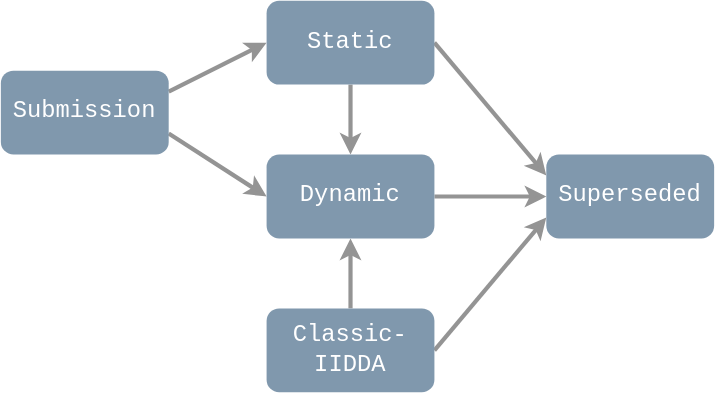
canmod/iidda keeps this draw.io diagram as assets/lifecycle.svg. Above is the earlier version. Source tidied: cells renumbered, new cells last; positions are measured from the earlier drawing's top-left corner, leaving out a move shared by most shapes.
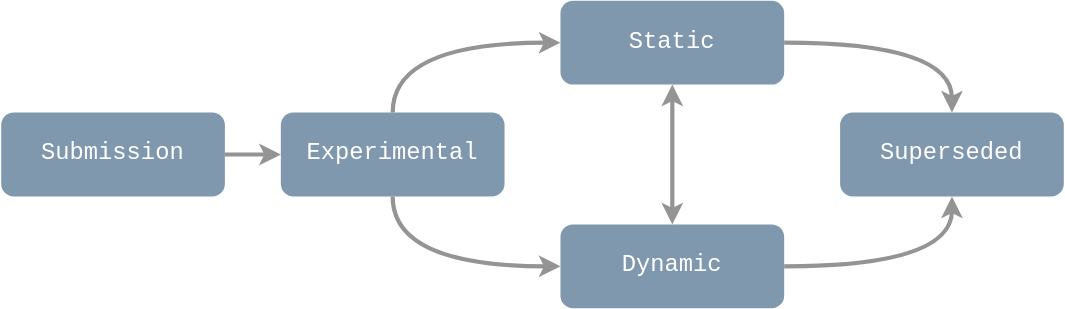
After the commit.

Commit message:
better lifecycle diagram

Change to the diagram source:
```diff
@@ -2,41 +2,38 @@
   <root>
     <mxCell id="0" />
     <mxCell id="1" parent="0" />
-    <mxCell id="2" style="edgeStyle=none;rounded=0;jettySize=50;html=1;exitX=1;exitY=0.75;exitDx=0;exitDy=0;entryX=0;entryY=0.5;entryDx=0;entryDy=0;strokeColor=#949494;strokeWidth=3;" parent="1" edge="1" source="4" target="13">
-      <mxGeometry relative="1" as="geometry" />
-    </mxCell>
-    <mxCell id="3" style="edgeStyle=none;rounded=0;jettySize=50;html=1;exitX=1;exitY=0.25;exitDx=0;exitDy=0;entryX=0;entryY=0.5;entryDx=0;entryDy=0;strokeColor=#949494;strokeWidth=3;" parent="1" edge="1" source="4" target="10">
-      <mxGeometry relative="1" as="geometry" />
-    </mxCell>
     <mxCell id="4" value="Submission" style="rounded=1;whiteSpace=wrap;html=1;fontColor=#ffffff;fontSize=17;fillColor=#8098AD;fontFamily=Courier New;strokeColor=none;" parent="1" vertex="1">
-      <mxGeometry y="50" width="120" height="60" as="geometry" />
+      <mxGeometry x="-10" y="110" width="160" height="60" as="geometry" />
     </mxCell>
-    <mxCell id="5" style="edgeStyle=none;rounded=0;jettySize=50;html=1;exitX=0.5;exitY=0;exitDx=0;exitDy=0;entryX=0.5;entryY=1;entryDx=0;entryDy=0;strokeColor=#949494;strokeWidth=3;" parent="1" edge="1" source="7" target="13">
-      <mxGeometry relative="1" as="geometry" />
-    </mxCell>
-    <mxCell id="6" style="edgeStyle=none;rounded=0;jettySize=50;html=1;exitX=1;exitY=0.5;exitDx=0;exitDy=0;entryX=0;entryY=0.75;entryDx=0;entryDy=0;strokeColor=#949494;strokeWidth=3;" parent="1" edge="1" source="7" target="11">
-      <mxGeometry relative="1" as="geometry" />
-    </mxCell>
-    <mxCell id="7" value="Classic-IIDDA" style="rounded=1;whiteSpace=wrap;html=1;fontColor=#ffffff;fontSize=17;fillColor=#8098AD;fontFamily=Courier New;strokeColor=none;" parent="1" vertex="1">
-      <mxGeometry x="190" y="220" width="120" height="60" as="geometry" />
+    <mxCell id="7" value="Experimental" style="rounded=1;whiteSpace=wrap;html=1;fontColor=#ffffff;fontSize=17;fillColor=#8098AD;fontFamily=Courier New;strokeColor=none;" parent="1" vertex="1">
+      <mxGeometry x="190" y="110" width="160" height="60" as="geometry" />
     </mxCell>
-    <mxCell id="8" style="edgeStyle=none;rounded=0;jettySize=50;html=1;exitX=1;exitY=0.5;exitDx=0;exitDy=0;entryX=0;entryY=0.25;entryDx=0;entryDy=0;strokeColor=#949494;strokeWidth=3;" parent="1" edge="1" source="10" target="11">
+    <mxCell id="8" style="edgeStyle=orthogonalEdgeStyle;rounded=0;jettySize=50;html=1;exitX=1;exitY=0.5;exitDx=0;exitDy=0;strokeColor=#949494;strokeWidth=3;entryX=0.5;entryY=0;entryDx=0;entryDy=0;curved=1;" parent="1" edge="1" source="10" target="11">
       <mxGeometry relative="1" as="geometry" />
     </mxCell>
-    <mxCell id="9" style="edgeStyle=none;rounded=0;jettySize=50;html=1;exitX=0.5;exitY=1;exitDx=0;exitDy=0;entryX=0.5;entryY=0;entryDx=0;entryDy=0;strokeColor=#949494;strokeWidth=3;" parent="1" edge="1" source="10" target="13">
+    <mxCell id="9" style="edgeStyle=none;rounded=0;jettySize=50;html=1;exitX=0.5;exitY=1;exitDx=0;exitDy=0;entryX=0.5;entryY=0;entryDx=0;entryDy=0;strokeColor=#949494;strokeWidth=3;startArrow=classic;startFill=1;" parent="1" edge="1" source="10" target="13">
       <mxGeometry relative="1" as="geometry" />
     </mxCell>
     <mxCell id="10" value="Static" style="rounded=1;whiteSpace=wrap;html=1;fontColor=#ffffff;fontSize=17;fillColor=#8098AD;fontFamily=Courier New;strokeColor=none;" parent="1" vertex="1">
-      <mxGeometry x="190" width="120" height="60" as="geometry" />
+      <mxGeometry x="390" y="30" width="160" height="60" as="geometry" />
     </mxCell>
     <mxCell id="11" value="Superseded" style="rounded=1;whiteSpace=wrap;html=1;fontColor=#ffffff;fontSize=17;fillColor=#8098AD;fontFamily=Courier New;strokeColor=none;" parent="1" vertex="1">
-      <mxGeometry x="390" y="110" width="120" height="60" as="geometry" />
+      <mxGeometry x="590" y="110" width="160" height="60" as="geometry" />
     </mxCell>
-    <mxCell id="12" style="edgeStyle=none;rounded=0;jettySize=50;html=1;exitX=1;exitY=0.5;exitDx=0;exitDy=0;entryX=0;entryY=0.5;entryDx=0;entryDy=0;strokeColor=#949494;strokeWidth=3;" parent="1" edge="1" source="13" target="11">
+    <mxCell id="12" style="edgeStyle=orthogonalEdgeStyle;rounded=0;jettySize=50;html=1;exitX=1;exitY=0.5;exitDx=0;exitDy=0;entryX=0.5;entryY=1;entryDx=0;entryDy=0;strokeColor=#949494;strokeWidth=3;curved=1;" parent="1" edge="1" source="13" target="11">
       <mxGeometry relative="1" as="geometry" />
     </mxCell>
     <mxCell id="13" value="Dynamic" style="rounded=1;whiteSpace=wrap;html=1;fontColor=#ffffff;fontSize=17;fillColor=#8098AD;fontFamily=Courier New;strokeColor=none;" parent="1" vertex="1">
-      <mxGeometry x="190" y="110" width="120" height="60" as="geometry" />
+      <mxGeometry x="390" y="190" width="160" height="60" as="geometry" />
     </mxCell>
+    <mxCell id="14" style="edgeStyle=none;rounded=0;jettySize=50;html=1;exitX=1;exitY=0.5;exitDx=0;exitDy=0;entryX=0;entryY=0.5;entryDx=0;entryDy=0;strokeColor=#949494;strokeWidth=3;" parent="1" edge="1" source="4" target="7">
+      <mxGeometry relative="1" as="geometry" />
+    </mxCell>
+    <mxCell id="5" style="edgeStyle=orthogonalEdgeStyle;rounded=0;jettySize=50;html=1;exitX=0.5;exitY=1;exitDx=0;exitDy=0;strokeColor=#949494;strokeWidth=3;entryX=0;entryY=0.5;entryDx=0;entryDy=0;curved=1;" parent="1" edge="1" source="7" target="13">
+      <mxGeometry relative="1" as="geometry" />
+    </mxCell>
+    <mxCell id="15" style="edgeStyle=orthogonalEdgeStyle;rounded=0;jettySize=50;html=1;exitX=0.5;exitY=0;exitDx=0;exitDy=0;strokeColor=#949494;strokeWidth=3;entryX=0;entryY=0.5;entryDx=0;entryDy=0;curved=1;" parent="1" edge="1" source="7" target="10">
+      <mxGeometry relative="1" as="geometry" />
+    </mxCell>
   </root>
 </mxGraphModel>
```
